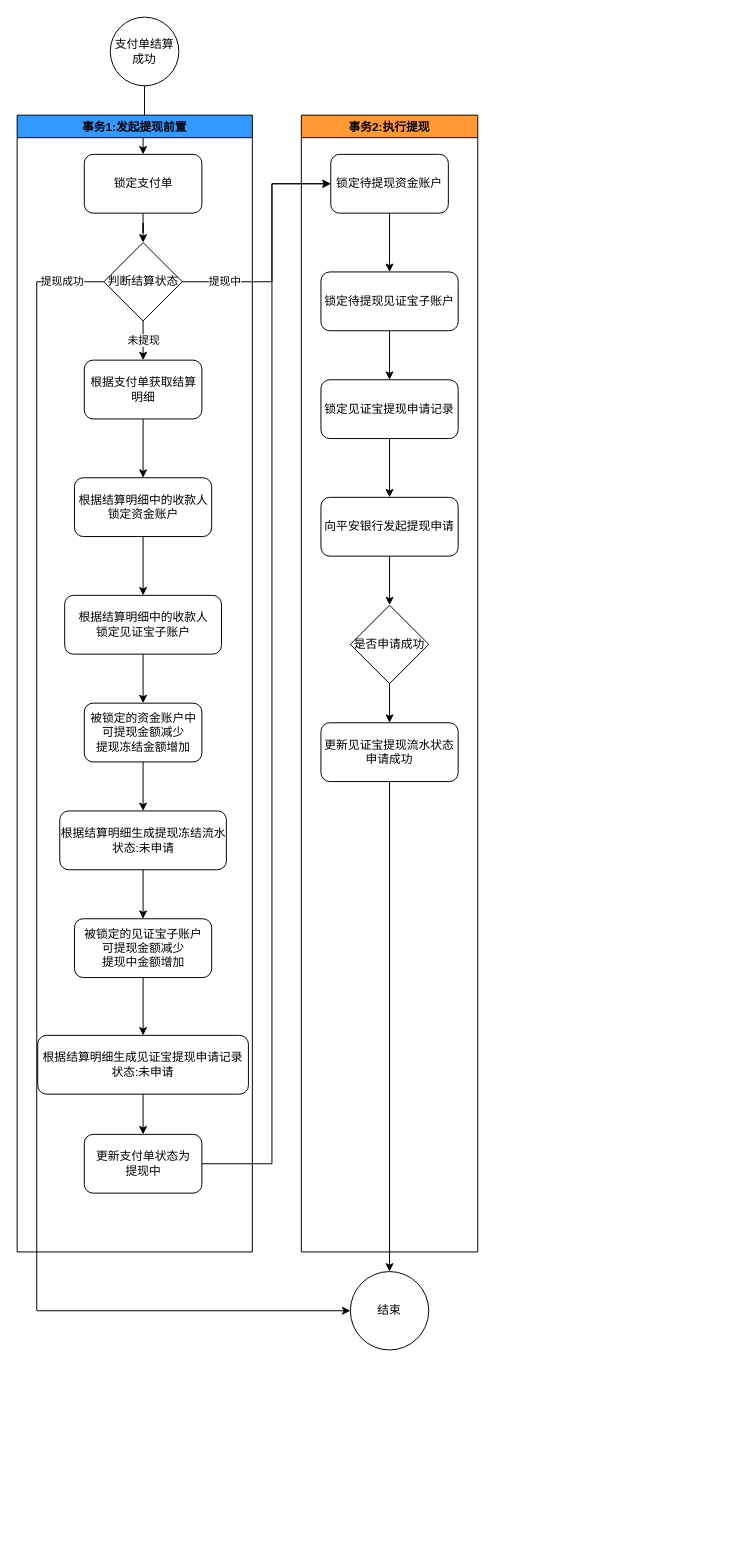
Earlier version of the draw.io diagram 提现到平安银行.drawio (catface996/images). Source tidied: cells renumbered, new cells numbered last; positions are measured from the earlier drawing's top-left corner, leaving out a move shared by most shapes. Both pictures are drawn from the tidied source at 98%, with x=0, y=0 at pixel (17, 17).
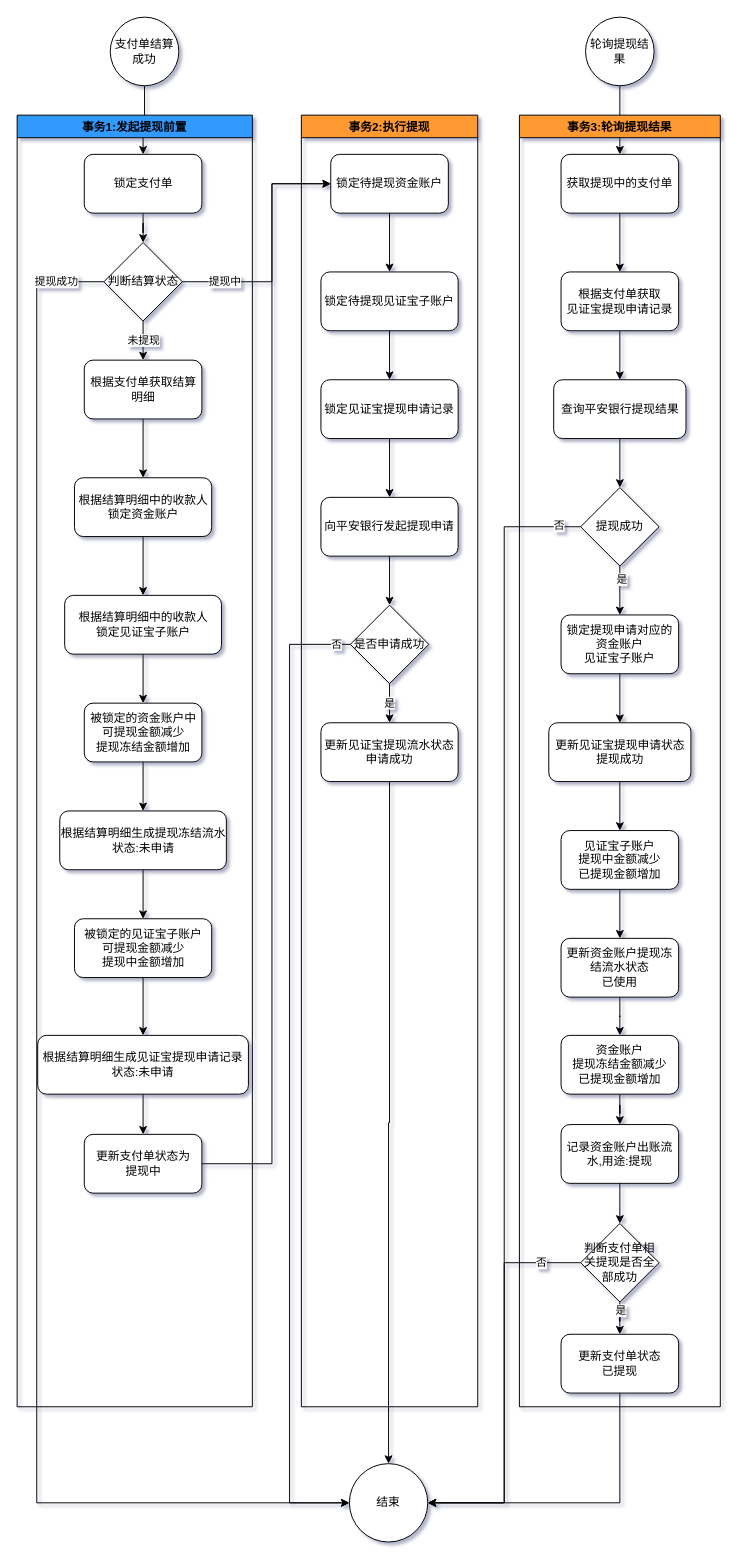
The same page after the edit.

Commit message (it also covers changes not shown here):
更新提现到平安银行.drawio

Unchanged cells that the change refers to:
```xml
<mxCell id="8" value="判断结算状态" style="rhombus;whiteSpace=wrap;html=1;fillColor=#FFFFFF;" parent="4" vertex="1">
  <mxGeometry x="88.5" y="130" width="80" height="80" as="geometry" />
</mxCell>
<mxCell id="33" value="是否申请成功" style="rhombus;whiteSpace=wrap;html=1;" parent="25" vertex="1">
  <mxGeometry x="50" y="500" width="80" height="80" as="geometry" />
</mxCell>
<mxCell id="35" value="更新见证宝提现流水状态&lt;br&gt;申请成功" style="rounded=1;whiteSpace=wrap;html=1;" parent="25" vertex="1">
  <mxGeometry x="20" y="620" width="140" height="60" as="geometry" />
</mxCell>
```

Diff of the diagram source:
```diff
@@
-<mxGraphModel>
+<mxGraphModel shadow="1">
@@
     <mxCell id="4" value="事务1:发起提现前置" style="swimlane;fillColor=#3399FF;" parent="1" vertex="1">
-      <mxGeometry y="100" width="240" height="1160" as="geometry" />
+      <mxGeometry y="100" width="240" height="1318" as="geometry" />
     </mxCell>
@@
     <mxCell id="25" value="事务2:执行提现" style="swimlane;fillColor=#FF9933;" parent="1" vertex="1">
-      <mxGeometry x="290" y="100" width="180" height="1160" as="geometry" />
+      <mxGeometry x="290" y="100" width="180" height="1318" as="geometry" />
     </mxCell>
@@
-    <mxCell id="36" style="edgeStyle=orthogonalEdgeStyle;rounded=0;jettySize=auto;html=1;entryX=0.5;entryY=0;entryDx=0;entryDy=0;" parent="25" edge="1" source="33" target="35">
+    <mxCell id="36" value="是" style="edgeStyle=orthogonalEdgeStyle;rounded=0;jettySize=auto;html=1;entryX=0.5;entryY=0;entryDx=0;entryDy=0;" parent="25" edge="1" source="33" target="35">
       <mxGeometry relative="1" as="geometry" />
     </mxCell>
     <mxCell id="37" value="结束" style="ellipse;whiteSpace=wrap;html=1;" parent="1" vertex="1">
-      <mxGeometry x="340" y="1280" width="80" height="80" as="geometry" />
+      <mxGeometry x="339" y="1476" width="80" height="80" as="geometry" />
     </mxCell>
@@
     <mxCell id="41" style="edgeStyle=orthogonalEdgeStyle;rounded=0;jettySize=auto;html=1;entryX=0;entryY=0.5;entryDx=0;entryDy=0;" parent="1" edge="1" source="8" target="37">
       <mxGeometry relative="1" as="geometry">
         <Array as="points">
           <mxPoint x="20" y="270" />
-          <mxPoint x="20" y="1320" />
+          <mxPoint x="20" y="1516" />
         </Array>
       </mxGeometry>
     </mxCell>
@@
+    <mxCell id="43" style="edgeStyle=orthogonalEdgeStyle;rounded=0;jettySize=auto;html=1;entryX=0.5;entryY=0;entryDx=0;entryDy=0;" parent="1" edge="1" source="44" target="46">
+      <mxGeometry relative="1" as="geometry" />
+    </mxCell>
+    <mxCell id="44" value="轮询提现结果" style="ellipse;whiteSpace=wrap;html=1;" parent="1" vertex="1">
+      <mxGeometry x="580" width="70" height="70" as="geometry" />
+    </mxCell>
+    <mxCell id="45" style="edgeStyle=orthogonalEdgeStyle;rounded=0;jettySize=auto;html=1;entryX=0.5;entryY=0;entryDx=0;entryDy=0;" parent="1" edge="1" source="46" target="48">
+      <mxGeometry relative="1" as="geometry" />
+    </mxCell>
+    <mxCell id="46" value="获取提现中的支付单" style="rounded=1;whiteSpace=wrap;html=1;fillColor=#FFFFFF;" parent="1" vertex="1">
+      <mxGeometry x="555" y="140" width="120" height="60" as="geometry" />
+    </mxCell>
+    <mxCell id="47" style="edgeStyle=orthogonalEdgeStyle;rounded=0;jettySize=auto;html=1;entryX=0.5;entryY=0;entryDx=0;entryDy=0;" parent="1" edge="1" source="48" target="50">
+      <mxGeometry relative="1" as="geometry" />
+    </mxCell>
+    <mxCell id="48" value="根据支付单获取&lt;br&gt;见证宝提现申请记录" style="rounded=1;whiteSpace=wrap;html=1;fillColor=#FFFFFF;" parent="1" vertex="1">
+      <mxGeometry x="555" y="260" width="120" height="60" as="geometry" />
+    </mxCell>
+    <mxCell id="49" style="edgeStyle=orthogonalEdgeStyle;rounded=0;jettySize=auto;html=1;entryX=0.5;entryY=0;entryDx=0;entryDy=0;" parent="1" edge="1" source="50" target="64">
+      <mxGeometry relative="1" as="geometry" />
+    </mxCell>
+    <mxCell id="50" value="查询平安银行提现结果" style="rounded=1;whiteSpace=wrap;html=1;fillColor=#FFFFFF;" parent="1" vertex="1">
+      <mxGeometry x="547.5" y="370" width="135" height="60" as="geometry" />
+    </mxCell>
+    <mxCell id="51" style="edgeStyle=orthogonalEdgeStyle;rounded=0;jettySize=auto;html=1;entryX=0.5;entryY=0;entryDx=0;entryDy=0;" parent="1" edge="1" source="52" target="56">
+      <mxGeometry relative="1" as="geometry" />
+    </mxCell>
+    <mxCell id="52" value="更新见证宝提现申请状态&lt;br&gt;提现成功" style="rounded=1;whiteSpace=wrap;html=1;fillColor=#FFFFFF;" parent="1" vertex="1">
+      <mxGeometry x="542.5" y="720" width="145" height="60" as="geometry" />
+    </mxCell>
+    <mxCell id="53" style="edgeStyle=orthogonalEdgeStyle;rounded=0;jettySize=auto;html=1;entryX=0.5;entryY=0;entryDx=0;entryDy=0;" parent="1" edge="1" source="54" target="52">
+      <mxGeometry relative="1" as="geometry" />
+    </mxCell>
+    <mxCell id="54" value="锁定提现申请对应的&lt;br&gt;资金账户&lt;br&gt;见证宝子账户" style="rounded=1;whiteSpace=wrap;html=1;fillColor=#FFFFFF;" parent="1" vertex="1">
+      <mxGeometry x="555" y="610" width="120" height="60" as="geometry" />
+    </mxCell>
+    <mxCell id="55" style="edgeStyle=orthogonalEdgeStyle;rounded=0;jettySize=auto;html=1;entryX=0.5;entryY=0;entryDx=0;entryDy=0;" parent="1" edge="1" source="56" target="58">
+      <mxGeometry relative="1" as="geometry" />
+    </mxCell>
+    <mxCell id="56" value="见证宝子账户&lt;br&gt;提现中金额减少&lt;br&gt;已提现金额增加" style="rounded=1;whiteSpace=wrap;html=1;fillColor=#FFFFFF;" parent="1" vertex="1">
+      <mxGeometry x="555" y="830" width="120" height="60" as="geometry" />
+    </mxCell>
+    <mxCell id="57" style="edgeStyle=orthogonalEdgeStyle;rounded=0;jettySize=auto;html=1;entryX=0.5;entryY=0;entryDx=0;entryDy=0;" parent="1" edge="1" source="58" target="60">
+      <mxGeometry relative="1" as="geometry" />
+    </mxCell>
+    <mxCell id="58" value="更新资金账户提现冻结流水状态&lt;br&gt;已使用" style="rounded=1;whiteSpace=wrap;html=1;fillColor=#FFFFFF;" parent="1" vertex="1">
+      <mxGeometry x="555" y="940" width="120" height="60" as="geometry" />
+    </mxCell>
+    <mxCell id="59" style="edgeStyle=orthogonalEdgeStyle;rounded=0;jettySize=auto;html=1;entryX=0.5;entryY=0;entryDx=0;entryDy=0;" parent="1" edge="1" source="60" target="70">
+      <mxGeometry relative="1" as="geometry" />
+    </mxCell>
+    <mxCell id="60" value="资金账户&lt;br&gt;提现冻结金额减少&lt;br&gt;已提现金额增加" style="rounded=1;whiteSpace=wrap;html=1;fillColor=#FFFFFF;" parent="1" vertex="1">
+      <mxGeometry x="555" y="1039" width="120" height="60" as="geometry" />
+    </mxCell>
+    <mxCell id="61" value="否" style="edgeStyle=orthogonalEdgeStyle;rounded=0;jettySize=auto;html=1;entryX=1;entryY=0.5;entryDx=0;entryDy=0;" parent="1" edge="1" source="66" target="37">
+      <mxGeometry x="-0.8" relative="1" as="geometry" />
+    </mxCell>
+    <mxCell id="62" style="edgeStyle=orthogonalEdgeStyle;rounded=0;jettySize=auto;html=1;entryX=1;entryY=0.5;entryDx=0;entryDy=0;" parent="1" edge="1" source="65" target="37">
+      <mxGeometry relative="1" as="geometry">
+        <Array as="points">
+          <mxPoint x="615" y="1516" />
+        </Array>
+      </mxGeometry>
+    </mxCell>
+    <mxCell id="63" value="事务3:轮询提现结果" style="swimlane;fillColor=#FF9933;" parent="1" vertex="1">
+      <mxGeometry x="512.5" y="100" width="205" height="1318" as="geometry" />
+    </mxCell>
+    <mxCell id="64" value="提现成功" style="rhombus;whiteSpace=wrap;html=1;fillColor=#FFFFFF;" parent="63" vertex="1">
+      <mxGeometry x="62.5" y="380" width="80" height="80" as="geometry" />
+    </mxCell>
+    <mxCell id="65" value="更新支付单状态&lt;br&gt;已提现" style="rounded=1;whiteSpace=wrap;html=1;fillColor=#FFFFFF;" parent="63" vertex="1">
+      <mxGeometry x="42.5" y="1244" width="120" height="60" as="geometry" />
+    </mxCell>
+    <mxCell id="66" value="判断支付单相关提现是否全部成功" style="rhombus;whiteSpace=wrap;html=1;fillColor=#FFFFFF;" parent="63" vertex="1">
+      <mxGeometry x="62.5" y="1131" width="80" height="80" as="geometry" />
+    </mxCell>
+    <mxCell id="67" style="edgeStyle=orthogonalEdgeStyle;rounded=0;jettySize=auto;html=1;entryX=0.5;entryY=0;entryDx=0;entryDy=0;" parent="63" edge="1" source="66" target="65">
+      <mxGeometry relative="1" as="geometry" />
+    </mxCell>
+    <mxCell id="68" value="是" style="edgeLabel;html=1;align=center;verticalAlign=middle;" parent="67" vertex="1">
+      <mxGeometry x="-0.64" relative="1" as="geometry" />
+    </mxCell>
+    <mxCell id="69" style="edgeStyle=orthogonalEdgeStyle;rounded=0;jettySize=auto;html=1;entryX=0.5;entryY=0;entryDx=0;entryDy=0;" parent="63" edge="1" source="70" target="66">
+      <mxGeometry relative="1" as="geometry" />
+    </mxCell>
+    <mxCell id="70" value="记录资金账户出账流水,用途:提现" style="rounded=1;whiteSpace=wrap;html=1;fillColor=#FFFFFF;" parent="63" vertex="1">
+      <mxGeometry x="42.5" y="1030" width="120" height="60" as="geometry" />
+    </mxCell>
+    <mxCell id="71" style="edgeStyle=orthogonalEdgeStyle;rounded=0;jettySize=auto;html=1;entryX=0.5;entryY=0;entryDx=0;entryDy=0;" parent="1" edge="1" source="64" target="54">
+      <mxGeometry relative="1" as="geometry" />
+    </mxCell>
+    <mxCell id="72" value="是" style="edgeLabel;html=1;align=center;verticalAlign=middle;" parent="71" vertex="1">
+      <mxGeometry x="-0.49" y="1" relative="1" as="geometry" />
+    </mxCell>
+    <mxCell id="73" style="edgeStyle=orthogonalEdgeStyle;rounded=0;jettySize=auto;html=1;entryX=1;entryY=0.5;entryDx=0;entryDy=0;" parent="1" edge="1" source="64" target="37">
+      <mxGeometry relative="1" as="geometry" />
+    </mxCell>
+    <mxCell id="74" value="否" style="edgeLabel;html=1;align=center;verticalAlign=middle;" parent="73" vertex="1">
+      <mxGeometry x="-0.96" y="-2" relative="1" as="geometry" />
+    </mxCell>
+    <mxCell id="75" style="edgeStyle=orthogonalEdgeStyle;rounded=0;jettySize=auto;html=1;entryX=0;entryY=0.5;entryDx=0;entryDy=0;" parent="1" edge="1" source="33" target="37">
+      <mxGeometry relative="1" as="geometry">
+        <Array as="points">
+          <mxPoint x="278" y="640" />
+          <mxPoint x="278" y="1516" />
+        </Array>
+      </mxGeometry>
+    </mxCell>
+    <mxCell id="76" value="否" style="edgeLabel;html=1;align=center;verticalAlign=middle;" parent="75" vertex="1">
+      <mxGeometry x="-0.97" y="-1" relative="1" as="geometry" />
+    </mxCell>
```
